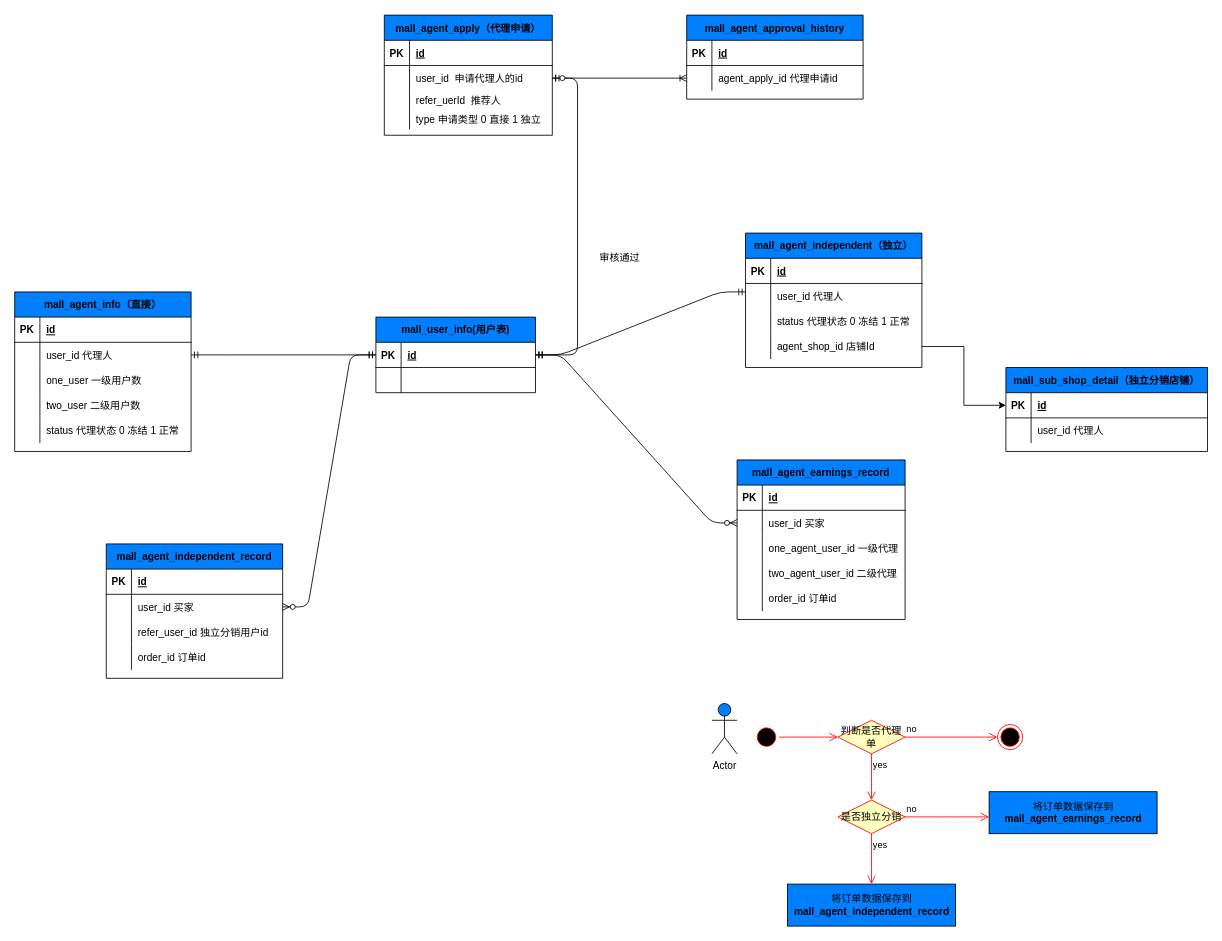
The draw.io diagram 商城数据库关联关系.drawio in wangkan0426/hello-world, before the edit. Source tidied: cells renumbered, new cells numbered last; positions are measured from the earlier drawing's top-left corner, leaving out a move shared by most shapes. Both pictures are drawn from the tidied source at 84%, with x=0, y=0 at pixel (14, 14).
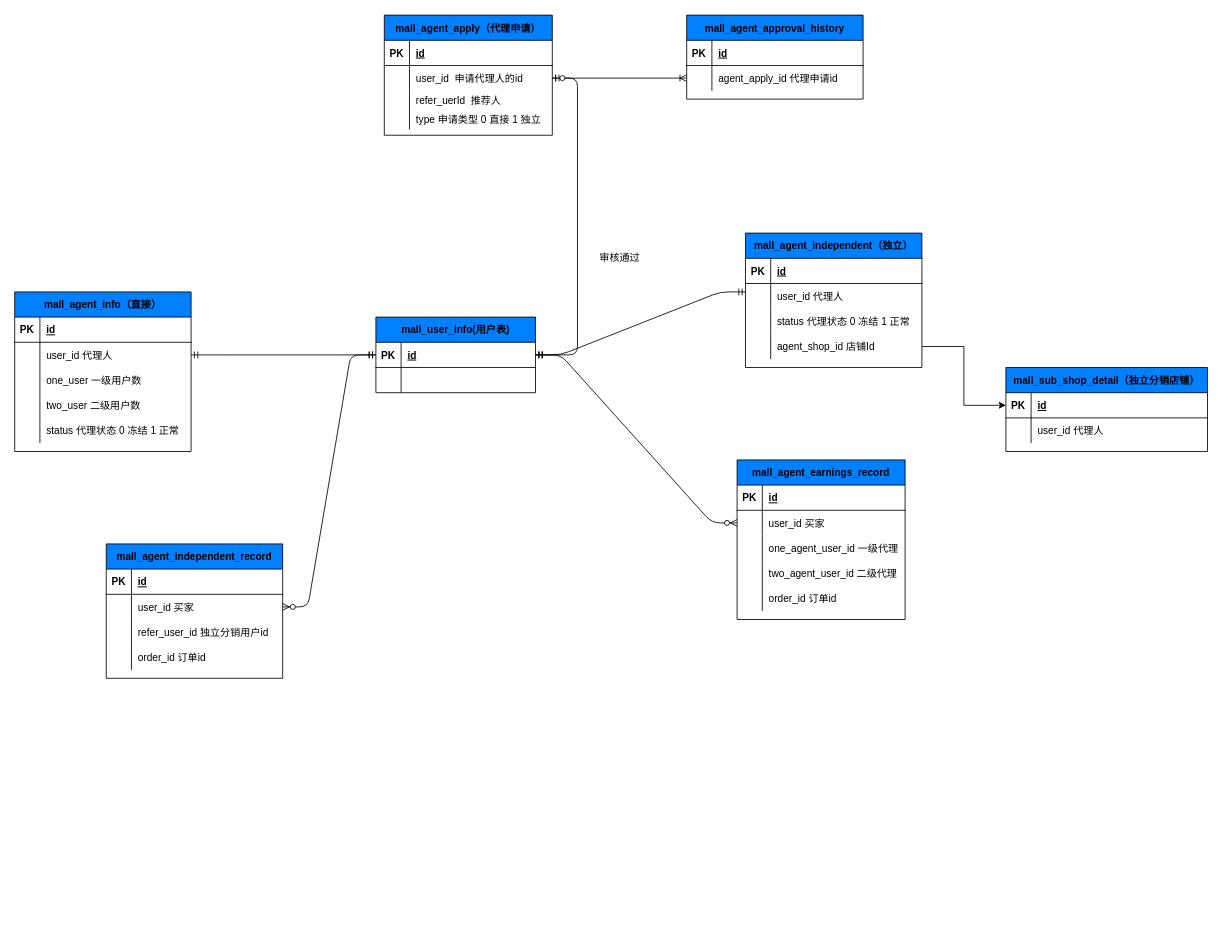
After the change.

Commit message:
Update 商城数据库关联关系.drawio

The edit, as a diff of the source:
```diff
@@
-    <mxCell id="96" value="Actor" style="shape=umlActor;verticalLabelPosition=bottom;verticalAlign=top;html=1;fillColor=#007FFF;" parent="1" vertex="1">
-      <mxGeometry x="830" y="820" width="30" height="60" as="geometry" />
-    </mxCell>
-    <mxCell id="97" style="ellipse;html=1;shape=startState;fillColor=#000000;strokeColor=#ff0000;" parent="1" vertex="1">
-      <mxGeometry x="880" y="845" width="30" height="30" as="geometry" />
-    </mxCell>
-    <mxCell id="98" style="edgeStyle=orthogonalEdgeStyle;html=1;verticalAlign=bottom;endArrow=open;endSize=8;strokeColor=#ff0000;" parent="1" edge="1" source="97">
-      <mxGeometry relative="1" as="geometry">
-        <mxPoint x="980" y="860" as="targetPoint" />
-      </mxGeometry>
-    </mxCell>
-    <mxCell id="99" value="判断是否代理单" style="rhombus;whiteSpace=wrap;html=1;fillColor=#ffffc0;strokeColor=#ff0000;" parent="1" vertex="1">
-      <mxGeometry x="980" y="840" width="80" height="40" as="geometry" />
-    </mxCell>
-    <mxCell id="100" value="no" style="edgeStyle=orthogonalEdgeStyle;html=1;align=left;verticalAlign=bottom;endArrow=open;endSize=8;strokeColor=#ff0000;" parent="1" edge="1" source="99">
-      <mxGeometry x="-1" relative="1" as="geometry">
-        <mxPoint x="1170" y="860" as="targetPoint" />
-      </mxGeometry>
-    </mxCell>
-    <mxCell id="101" value="yes" style="edgeStyle=orthogonalEdgeStyle;html=1;align=left;verticalAlign=top;endArrow=open;endSize=8;strokeColor=#ff0000;" parent="1" edge="1" source="99">
-      <mxGeometry x="-1" relative="1" as="geometry">
-        <mxPoint x="1020" y="935" as="targetPoint" />
-        <Array as="points">
-          <mxPoint x="1020" y="925" />
-          <mxPoint x="1020" y="925" />
-        </Array>
-      </mxGeometry>
-    </mxCell>
-    <mxCell id="102" style="ellipse;html=1;shape=endState;fillColor=#000000;strokeColor=#ff0000;" parent="1" vertex="1">
-      <mxGeometry x="1170" y="845" width="30" height="30" as="geometry" />
-    </mxCell>
-    <mxCell id="103" value="是否独立分销" style="rhombus;whiteSpace=wrap;html=1;fillColor=#ffffc0;strokeColor=#ff0000;" parent="1" vertex="1">
-      <mxGeometry x="980" y="935" width="80" height="40" as="geometry" />
-    </mxCell>
-    <mxCell id="104" value="no" style="edgeStyle=orthogonalEdgeStyle;html=1;align=left;verticalAlign=bottom;endArrow=open;endSize=8;strokeColor=#ff0000;" parent="1" edge="1" source="103">
-      <mxGeometry x="-1" relative="1" as="geometry">
-        <mxPoint x="1160" y="955" as="targetPoint" />
-      </mxGeometry>
-    </mxCell>
-    <mxCell id="105" value="yes" style="edgeStyle=orthogonalEdgeStyle;html=1;align=left;verticalAlign=top;endArrow=open;endSize=8;strokeColor=#ff0000;" parent="1" edge="1" source="103">
-      <mxGeometry x="-1" relative="1" as="geometry">
-        <mxPoint x="1020" y="1035" as="targetPoint" />
-      </mxGeometry>
-    </mxCell>
-    <mxCell id="106" value="将订单数据保存到&lt;br&gt;&lt;span style=&quot;font-weight: 700&quot;&gt;mall_agent_independent_record&lt;/span&gt;" style="html=1;fillColor=#007FFF;align=center;" parent="1" vertex="1">
-      <mxGeometry x="920" y="1035" width="200" height="50" as="geometry" />
-    </mxCell>
-    <mxCell id="107" value="将订单数据保存到&lt;br&gt;&lt;span style=&quot;font-weight: 700&quot;&gt;mall_agent_earnings_record&lt;/span&gt;" style="html=1;fillColor=#007FFF;align=center;" parent="1" vertex="1">
-      <mxGeometry x="1160" y="925" width="200" height="50" as="geometry" />
-    </mxCell>
```
